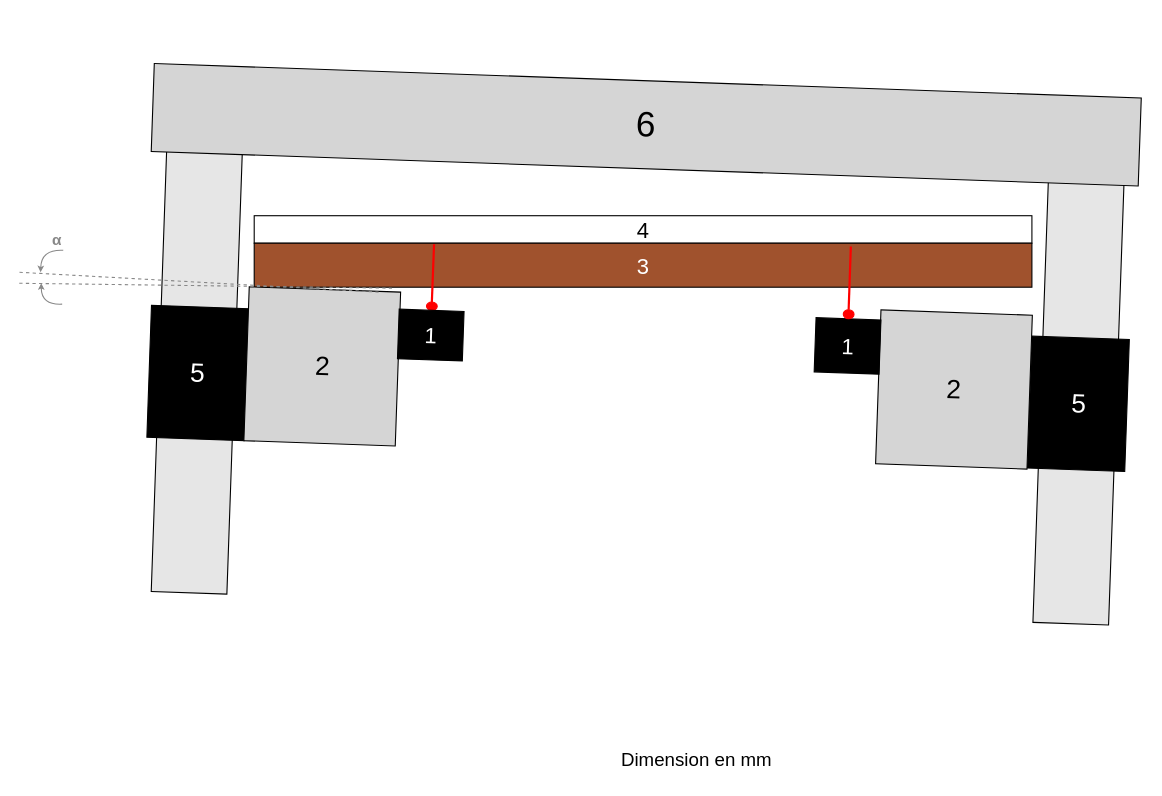
ulucinar-can/template-tb keeps this draw.io diagram as assets/Chap3/MaquetteCote.drawio. Above is the earlier version. Source tidied: cells renumbered, new cells numbered last; positions are measured from the earlier drawing's top-left corner, leaving out a move shared by most shapes. Both pictures are drawn from the tidied source at 110%, with x=0, y=0 at pixel (19, 63).
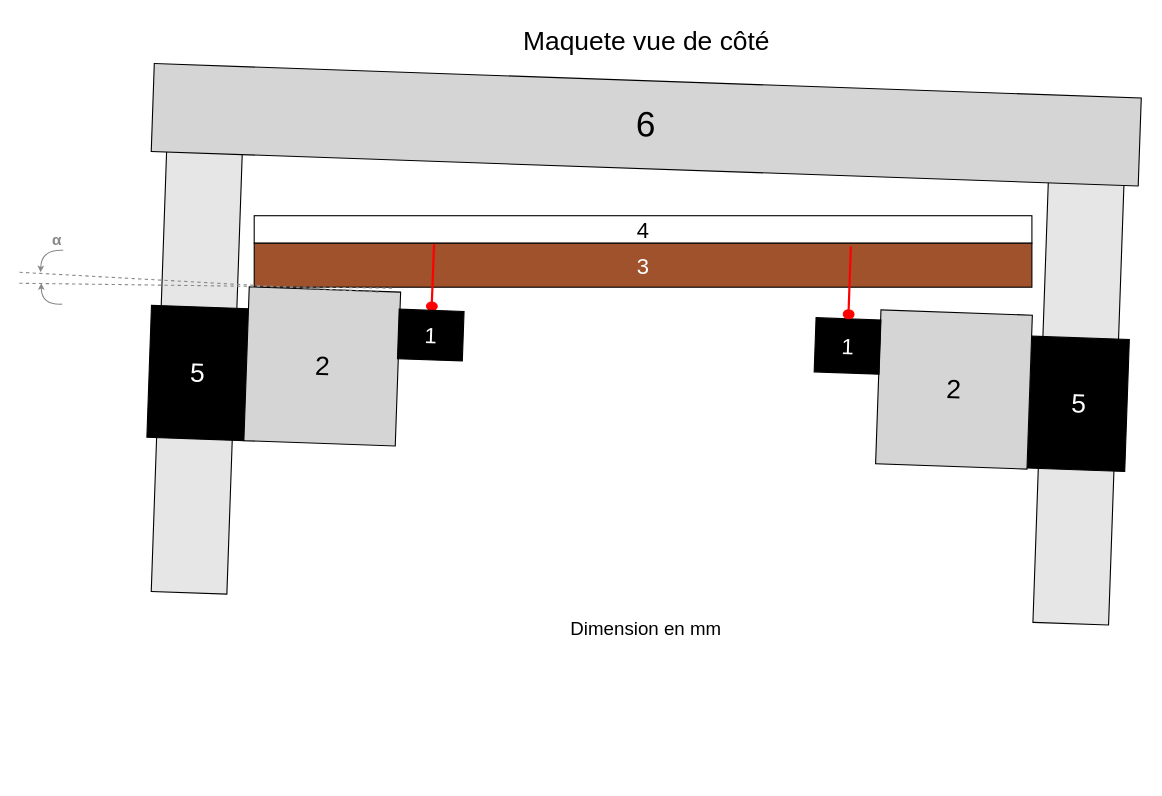
The same page after the edit.

Commit message (it also covers changes not shown here):
Modif maquette face et ajout maquette coté

The edit, as a diff of the source:
```diff
@@
     <mxCell id="2" value="&lt;font style=&quot;font-size: 17px;&quot;&gt;Dimension en mm&lt;/font&gt;" style="text;html=1;whiteSpace=wrap;strokeColor=none;fillColor=none;align=center;verticalAlign=middle;rounded=0;" parent="1" vertex="1">
-      <mxGeometry x="521" y="619" width="190" height="30" as="geometry" />
+      <mxGeometry x="475" y="500" width="190" height="30" as="geometry" />
     </mxCell>
@@
+    <mxCell id="27" value="&lt;font style=&quot;font-size: 24px;&quot;&gt;Maquete vue de côté&lt;/font&gt;" style="text;html=1;align=center;verticalAlign=middle;strokeColor=none;fillColor=none;" parent="1" vertex="1">
+      <mxGeometry x="445" y="-40" width="250" height="40" as="geometry" />
+    </mxCell>
```
